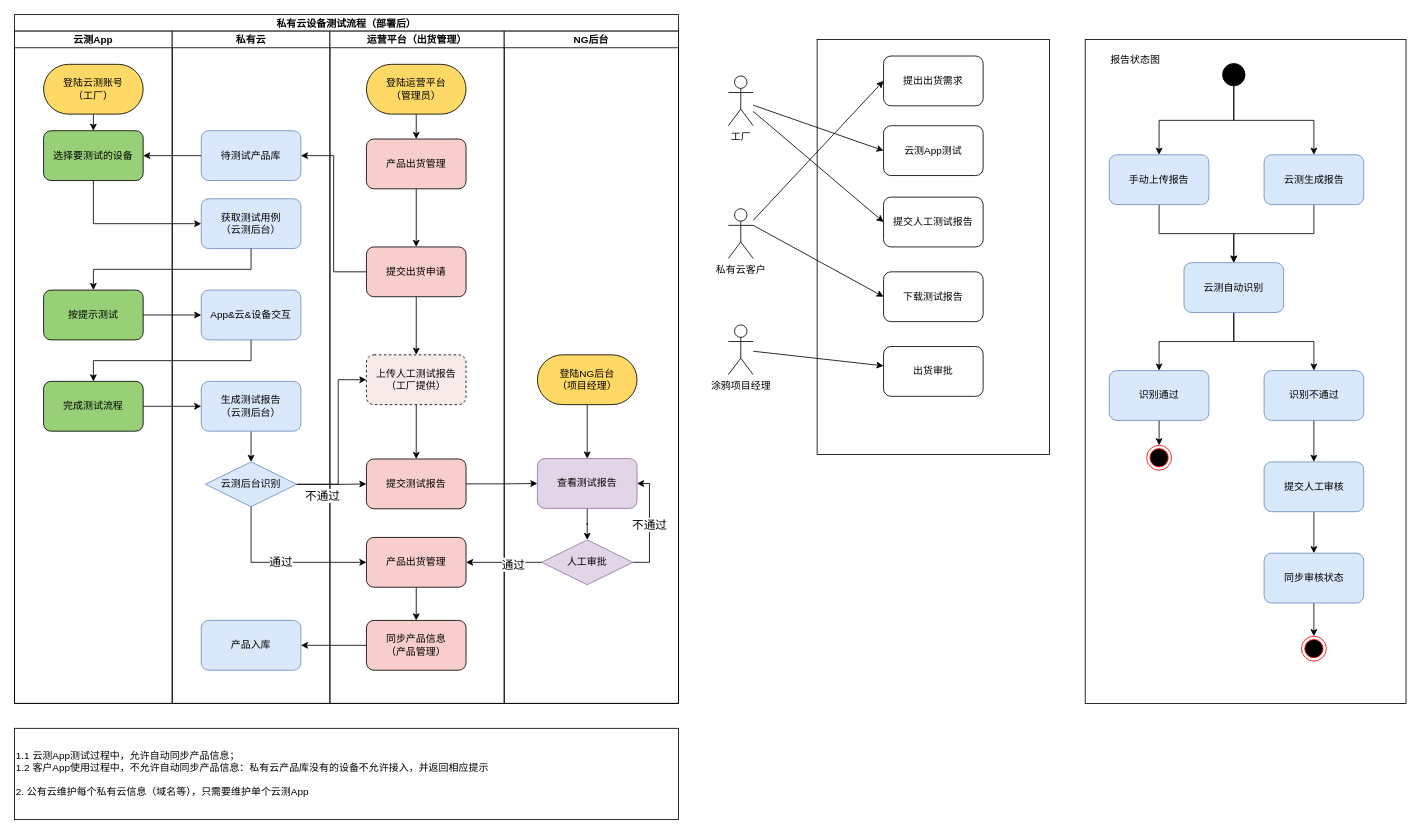
This is page "出货流程" (4 of 4) of Cube_workflow.drawio from Sidamor/drawio, a draw.io file, before an edit. Source tidied: cells renumbered, new cells numbered last; positions are measured from the earlier drawing's top-left corner, leaving out a move shared by most shapes. Both pictures are drawn from the tidied source at 83%, with x=0, y=0 at pixel (14, 14).
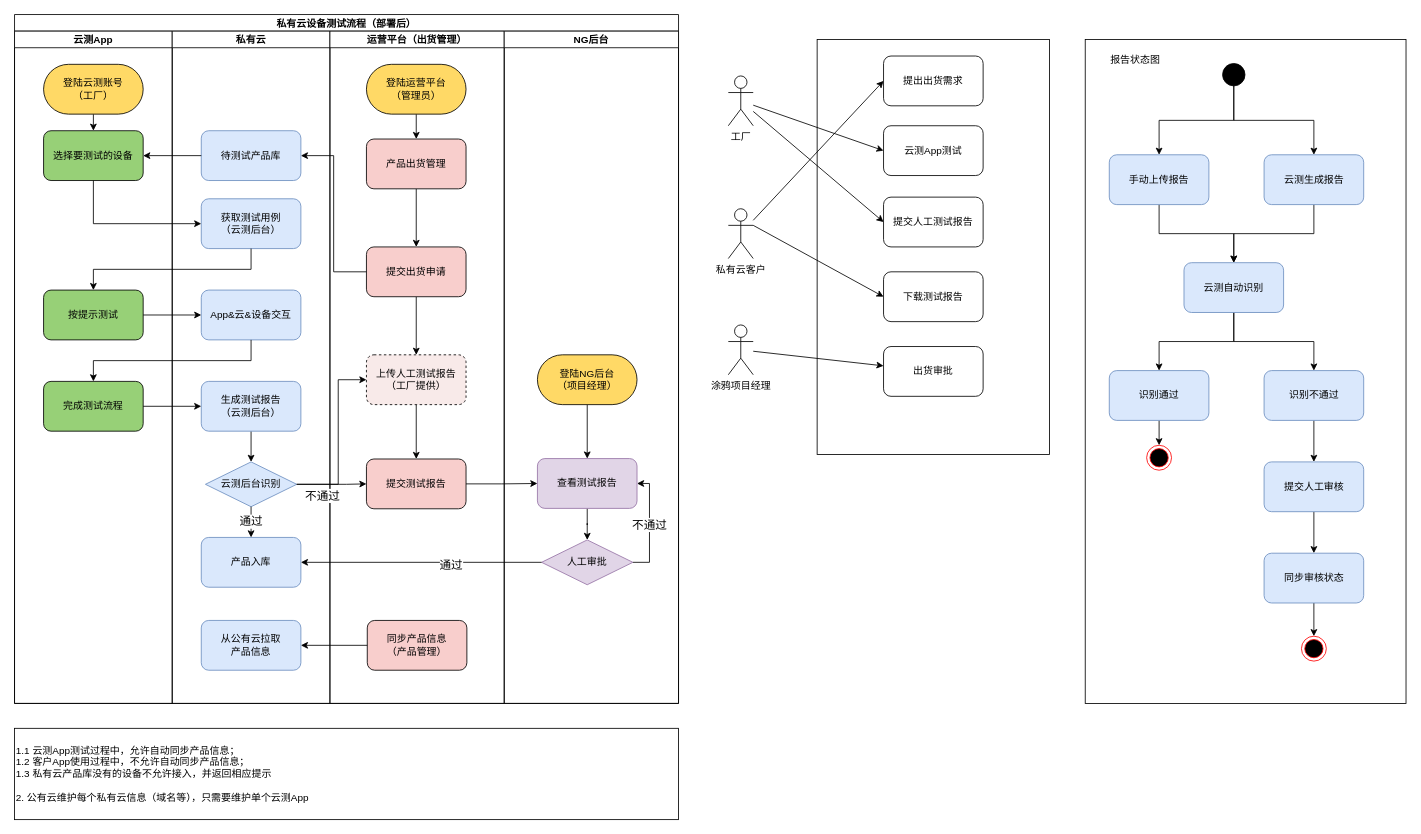
The same page after the edit.

The change refers to these unchanged cells:
```xml
<mxCell id="18" value="私有云设备测试流程（部署后）" style="swimlane;startSize=20;" parent="1" vertex="1">
  <mxGeometry width="800" height="830" as="geometry" />
</mxCell>
<mxCell id="25" value="私有云" style="swimlane;startSize=20;" parent="18" vertex="1">
  <mxGeometry x="190" y="20" width="190" height="810" as="geometry" />
</mxCell>
<mxCell id="30" value="云测后台识别" style="rhombus;whiteSpace=wrap;html=1;fillColor=#dae8fc;strokeColor=#6c8ebf;" parent="25" vertex="1">
  <mxGeometry x="40" y="519" width="110" height="54" as="geometry" />
</mxCell>
<mxCell id="33" value="运营平台（出货管理）" style="swimlane;startSize=20;" parent="18" vertex="1">
  <mxGeometry x="380" y="20" width="210" height="810" as="geometry" />
</mxCell>
<mxCell id="52" value="人工审批" style="rhombus;whiteSpace=wrap;html=1;fillColor=#e1d5e7;strokeColor=#9673a6;" parent="46" vertex="1">
  <mxGeometry x="45" y="613" width="110" height="54" as="geometry" />
</mxCell>
```

What changed in the source:
```diff
@@
     <mxCell id="31" value="产品入库" style="rounded=1;whiteSpace=wrap;html=1;fillColor=#dae8fc;strokeColor=#6c8ebf;" parent="25" vertex="1">
-      <mxGeometry x="35" y="710" width="120" height="60" as="geometry" />
+      <mxGeometry x="35" y="610" width="120" height="60" as="geometry" />
     </mxCell>
@@
+    <mxCell id="65" value="通过" style="edgeStyle=orthogonalEdgeStyle;rounded=0;jettySize=auto;html=1;exitX=0.5;exitY=1;exitDx=0;exitDy=0;startArrow=none;startFill=0;fontSize=14;" parent="25" edge="1" source="30" target="31">
+      <mxGeometry relative="1" as="geometry" />
+    </mxCell>
+    <mxCell id="90" value="从公有云拉取&lt;br&gt;产品信息" style="rounded=1;whiteSpace=wrap;html=1;fillColor=#dae8fc;strokeColor=#6c8ebf;" parent="25" vertex="1">
+      <mxGeometry x="35" y="710" width="120" height="60" as="geometry" />
+    </mxCell>
@@
     <mxCell id="41" value="同步产品信息&lt;br&gt;（产品管理）" style="rounded=1;whiteSpace=wrap;html=1;fillColor=#F8CECC;" parent="33" vertex="1">
-      <mxGeometry x="44" y="710" width="120" height="60" as="geometry" />
+      <mxGeometry x="45" y="710" width="120" height="60" as="geometry" />
     </mxCell>
-    <mxCell id="42" style="edgeStyle=orthogonalEdgeStyle;rounded=0;jettySize=auto;html=1;exitX=0.5;exitY=1;exitDx=0;exitDy=0;entryX=0.5;entryY=0;entryDx=0;entryDy=0;" parent="33" edge="1" source="43" target="41">
-      <mxGeometry relative="1" as="geometry" />
-    </mxCell>
-    <mxCell id="43" value="产品出货管理" style="rounded=1;whiteSpace=wrap;html=1;fillColor=#F8CECC;" parent="33" vertex="1">
-      <mxGeometry x="44" y="610" width="120" height="60" as="geometry" />
-    </mxCell>
@@
-    <mxCell id="60" style="edgeStyle=orthogonalEdgeStyle;rounded=0;jettySize=auto;html=1;exitX=0;exitY=0.5;exitDx=0;exitDy=0;entryX=1;entryY=0.5;entryDx=0;entryDy=0;startArrow=none;startFill=0;" parent="18" edge="1" source="41" target="31">
-      <mxGeometry relative="1" as="geometry" />
-    </mxCell>
@@
-    <mxCell id="63" style="edgeStyle=orthogonalEdgeStyle;rounded=0;jettySize=auto;html=1;exitX=0;exitY=0.5;exitDx=0;exitDy=0;fontSize=14;startArrow=none;startFill=0;entryX=1;entryY=0.5;entryDx=0;entryDy=0;" parent="18" edge="1" source="52" target="43">
+    <mxCell id="63" style="edgeStyle=orthogonalEdgeStyle;rounded=0;jettySize=auto;html=1;exitX=0;exitY=0.5;exitDx=0;exitDy=0;fontSize=14;startArrow=none;startFill=0;entryX=1;entryY=0.5;entryDx=0;entryDy=0;" parent="18" edge="1" source="52" target="31">
       <mxGeometry relative="1" as="geometry" />
     </mxCell>
@@
-    <mxCell id="65" value="通过" style="edgeStyle=orthogonalEdgeStyle;rounded=0;jettySize=auto;html=1;exitX=0.5;exitY=1;exitDx=0;exitDy=0;startArrow=none;startFill=0;fontSize=14;entryX=0;entryY=0.5;entryDx=0;entryDy=0;" parent="18" edge="1" source="30" target="43">
-      <mxGeometry relative="1" as="geometry" />
-    </mxCell>
@@
+    <mxCell id="91" style="edgeStyle=orthogonalEdgeStyle;rounded=0;jettySize=auto;html=1;exitX=0;exitY=0.5;exitDx=0;exitDy=0;entryX=1;entryY=0.5;entryDx=0;entryDy=0;" parent="18" edge="1" source="41" target="90">
+      <mxGeometry relative="1" as="geometry" />
+    </mxCell>
-    <mxCell id="68" value="&lt;span style=&quot;&quot;&gt;1.1 云测App测试过程中，允许自动同步产品信息；&lt;br&gt;1.2 客户App使用过程中，不允许自动同步产品信息：私有云产品库没有的设备不允许接入，并返回相应提示&lt;br&gt;&lt;br&gt;2. 公有云维护每个私有云信息（域名等），只需要维护单个云测App&lt;/span&gt;" style="rounded=0;whiteSpace=wrap;html=1;fillColor=none;align=left;" parent="1" vertex="1">
+    <mxCell id="68" value="&lt;span style=&quot;&quot;&gt;1.1 云测App测试过程中，允许自动同步产品信息；&lt;br&gt;1.2 客户App使用过程中，不允许自动同步产品信息；&lt;br&gt;1.3 私有云产品库没有的设备不允许接入，并返回相应提示&lt;br&gt;&lt;br&gt;2. 公有云维护每个私有云信息（域名等），只需要维护单个云测App&lt;/span&gt;" style="rounded=0;whiteSpace=wrap;html=1;fillColor=none;align=left;" parent="1" vertex="1">
       <mxGeometry y="860" width="800" height="110" as="geometry" />
     </mxCell>
```
